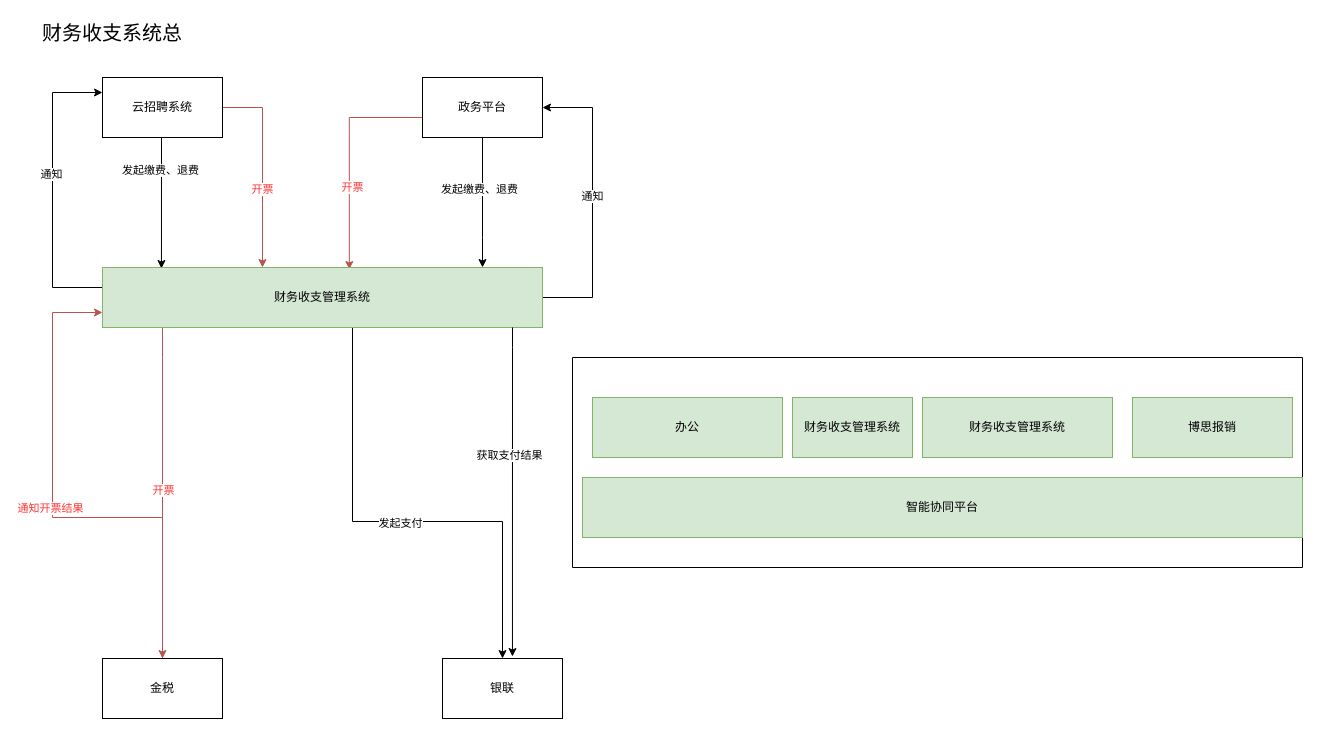
Above: 财务系统总.drawio in zhangfengman/autoJs (draw.io), before the change. Source tidied: cells renumbered, new cells numbered last; positions are measured from the earlier drawing's top-left corner, leaving out a move shared by most shapes. Both pictures are drawn from the tidied source at 100%, with x=0, y=0 at pixel (32, 17).
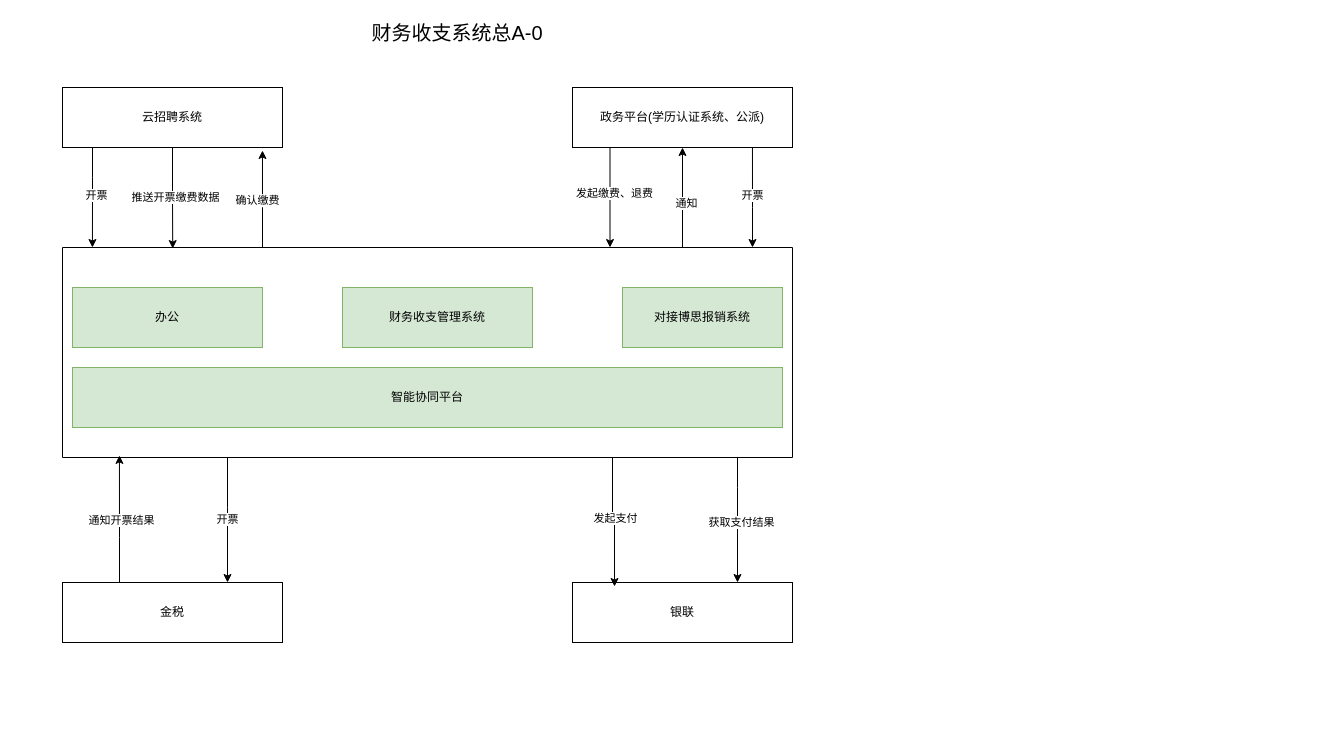
The same diagram, later.

Commit message:
更新财务系统总.drawio

The edit, as a diff of the source:
```diff
@@
-    <mxCell id="2" value="银联" style="rounded=0;whiteSpace=wrap;html=1;" parent="1" vertex="1">
-      <mxGeometry x="410" y="641" width="120" height="60" as="geometry" />
-    </mxCell>
-    <mxCell id="3" style="edgeStyle=orthogonalEdgeStyle;rounded=0;jettySize=auto;html=1;" parent="1" edge="1" source="7" target="24">
-      <mxGeometry relative="1" as="geometry">
-        <Array as="points">
-          <mxPoint x="450" y="220" />
-          <mxPoint x="450" y="220" />
-        </Array>
-      </mxGeometry>
-    </mxCell>
-    <mxCell id="4" value="发起缴费、退费" style="edgeLabel;html=1;align=center;verticalAlign=middle;" parent="3" vertex="1">
-      <mxGeometry x="-0.21" y="-4" relative="1" as="geometry" />
-    </mxCell>
-    <mxCell id="5" style="edgeStyle=orthogonalEdgeStyle;rounded=0;jettySize=auto;html=1;entryX=0.561;entryY=0.033;entryDx=0;entryDy=0;entryPerimeter=0;fillColor=#f8cecc;strokeColor=#b85450;" parent="1" edge="1" source="7" target="24">
-      <mxGeometry relative="1" as="geometry">
-        <Array as="points">
-          <mxPoint x="317" y="100" />
-        </Array>
-      </mxGeometry>
-    </mxCell>
-    <mxCell id="6" value="开票" style="edgeLabel;html=1;align=center;verticalAlign=middle;fontColor=#FF3333;" parent="5" vertex="1">
-      <mxGeometry x="0.1" y="3" relative="1" as="geometry">
-        <mxPoint y="19" as="offset" />
-      </mxGeometry>
-    </mxCell>
+    <mxCell id="34" style="edgeStyle=orthogonalEdgeStyle;rounded=0;jettySize=auto;html=1;entryX=0.75;entryY=0;entryDx=0;entryDy=0;" parent="1" edge="1" source="7" target="28">
+      <mxGeometry relative="1" as="geometry">
+        <Array as="points">
+          <mxPoint x="578" y="180" />
+        </Array>
+      </mxGeometry>
+    </mxCell>
+    <mxCell id="35" value="发起缴费、退费" style="edgeLabel;html=1;align=center;verticalAlign=middle;" parent="34" vertex="1">
+      <mxGeometry x="-0.1" y="4" relative="1" as="geometry" />
+    </mxCell>
-    <mxCell id="7" value="政务平台" style="rounded=0;whiteSpace=wrap;html=1;" parent="1" vertex="1">
-      <mxGeometry x="390" y="60" width="120" height="60" as="geometry" />
+    <mxCell id="7" value="政务平台(学历认证系统、公派)" style="rounded=0;whiteSpace=wrap;html=1;" parent="1" vertex="1">
+      <mxGeometry x="540" y="70" width="220" height="60" as="geometry" />
     </mxCell>
-    <mxCell id="8" style="edgeStyle=orthogonalEdgeStyle;rounded=0;jettySize=auto;html=1;entryX=0.134;entryY=0.017;entryDx=0;entryDy=0;entryPerimeter=0;" parent="1" edge="1" target="24">
-      <mxGeometry relative="1" as="geometry">
-        <mxPoint x="100" y="120" as="sourcePoint" />
-        <Array as="points">
-          <mxPoint x="129" y="120" />
-        </Array>
-      </mxGeometry>
-    </mxCell>
-    <mxCell id="9" value="发起缴费、退费" style="edgeLabel;html=1;align=center;verticalAlign=middle;" parent="8" vertex="1">
-      <mxGeometry x="-0.22" y="-1" relative="1" as="geometry" />
-    </mxCell>
-    <mxCell id="10" style="edgeStyle=orthogonalEdgeStyle;rounded=0;jettySize=auto;html=1;fillColor=#f8cecc;strokeColor=#b85450;" parent="1" edge="1" source="12" target="24">
-      <mxGeometry relative="1" as="geometry">
-        <Array as="points">
-          <mxPoint x="230" y="90" />
-        </Array>
-      </mxGeometry>
-    </mxCell>
-    <mxCell id="11" value="开票" style="edgeLabel;html=1;align=center;verticalAlign=middle;fontColor=#FF3333;" parent="10" vertex="1">
-      <mxGeometry x="0.21" y="-1" relative="1" as="geometry" />
-    </mxCell>
-    <mxCell id="12" value="云招聘系统" style="rounded=0;whiteSpace=wrap;html=1;" parent="1" vertex="1">
-      <mxGeometry x="70" y="60" width="120" height="60" as="geometry" />
-    </mxCell>
-    <mxCell id="13" style="edgeStyle=orthogonalEdgeStyle;rounded=0;jettySize=auto;html=1;entryX=0;entryY=0.75;entryDx=0;entryDy=0;fillColor=#f8cecc;strokeColor=#b85450;" parent="1" edge="1" source="15" target="24">
-      <mxGeometry relative="1" as="geometry">
-        <Array as="points">
-          <mxPoint x="20" y="500" />
-          <mxPoint x="20" y="295" />
-        </Array>
-      </mxGeometry>
-    </mxCell>
-    <mxCell id="14" value="通知开票结果" style="edgeLabel;html=1;align=center;verticalAlign=middle;fontColor=#FF3333;" parent="13" vertex="1">
-      <mxGeometry x="0.03" y="3" relative="1" as="geometry" />
-    </mxCell>
-    <mxCell id="15" value="金税" style="rounded=0;whiteSpace=wrap;html=1;" parent="1" vertex="1">
-      <mxGeometry x="70" y="641" width="120" height="60" as="geometry" />
-    </mxCell>
-    <mxCell id="16" style="edgeStyle=orthogonalEdgeStyle;rounded=0;jettySize=auto;html=1;" parent="1" edge="1" source="24" target="2">
-      <mxGeometry relative="1" as="geometry">
-        <Array as="points">
-          <mxPoint x="320" y="504" />
-        </Array>
-      </mxGeometry>
-    </mxCell>
-    <mxCell id="17" value="发起支付" style="edgeLabel;html=1;align=center;verticalAlign=middle;" parent="16" vertex="1">
-      <mxGeometry y="-1" relative="1" as="geometry" />
-    </mxCell>
-    <mxCell id="18" style="edgeStyle=orthogonalEdgeStyle;rounded=0;jettySize=auto;html=1;entryX=1;entryY=0.5;entryDx=0;entryDy=0;" parent="1" edge="1" source="24" target="7">
-      <mxGeometry relative="1" as="geometry">
-        <Array as="points">
-          <mxPoint x="560" y="280" />
-          <mxPoint x="560" y="90" />
-        </Array>
-      </mxGeometry>
-    </mxCell>
-    <mxCell id="19" value="通知" style="edgeLabel;html=1;align=center;verticalAlign=middle;" parent="18" vertex="1">
-      <mxGeometry x="0.05" y="1" relative="1" as="geometry" />
-    </mxCell>
-    <mxCell id="20" style="edgeStyle=orthogonalEdgeStyle;rounded=0;jettySize=auto;html=1;entryX=0;entryY=0.25;entryDx=0;entryDy=0;" parent="1" edge="1" source="24" target="12">
-      <mxGeometry relative="1" as="geometry">
-        <Array as="points">
-          <mxPoint x="20" y="270" />
-          <mxPoint x="20" y="75" />
-        </Array>
-      </mxGeometry>
-    </mxCell>
-    <mxCell id="21" value="通知" style="edgeLabel;html=1;align=center;verticalAlign=middle;" parent="20" vertex="1">
-      <mxGeometry x="0.11" y="2" relative="1" as="geometry" />
-    </mxCell>
-    <mxCell id="22" style="edgeStyle=orthogonalEdgeStyle;rounded=0;jettySize=auto;html=1;fillColor=#f8cecc;strokeColor=#b85450;" parent="1" edge="1" source="24" target="15">
-      <mxGeometry relative="1" as="geometry">
-        <Array as="points">
-          <mxPoint x="130" y="340" />
-          <mxPoint x="130" y="340" />
-        </Array>
-      </mxGeometry>
-    </mxCell>
-    <mxCell id="23" value="开票" style="edgeLabel;html=1;align=center;verticalAlign=middle;fontColor=#FF3333;" parent="22" vertex="1">
-      <mxGeometry x="-0.02" relative="1" as="geometry" />
-    </mxCell>
-    <mxCell id="24" value="财务收支管理系统" style="rounded=0;whiteSpace=wrap;html=1;fillColor=#d5e8d4;strokeColor=#82b366;" parent="1" vertex="1">
-      <mxGeometry x="70" y="250" width="440" height="60" as="geometry" />
-    </mxCell>
-    <mxCell id="25" style="edgeStyle=orthogonalEdgeStyle;rounded=0;jettySize=auto;html=1;entryX=0.583;entryY=-0.033;entryDx=0;entryDy=0;entryPerimeter=0;" parent="1" edge="1" source="24" target="2">
-      <mxGeometry relative="1" as="geometry">
-        <Array as="points">
-          <mxPoint x="480" y="330" />
-          <mxPoint x="480" y="330" />
-        </Array>
-      </mxGeometry>
-    </mxCell>
+    <mxCell id="27" value="财务收支系统总A-0" style="text;html=1;align=center;verticalAlign=middle;whiteSpace=wrap;rounded=0;fontSize=20;" parent="1" vertex="1">
+      <mxGeometry x="310" width="230" height="30" as="geometry" />
+    </mxCell>
+    <mxCell id="36" style="edgeStyle=orthogonalEdgeStyle;rounded=0;jettySize=auto;html=1;" parent="1" edge="1" source="28" target="7">
+      <mxGeometry relative="1" as="geometry">
+        <Array as="points">
+          <mxPoint x="650" y="190" />
+          <mxPoint x="650" y="190" />
+        </Array>
+      </mxGeometry>
+    </mxCell>
+    <mxCell id="37" value="通知" style="edgeLabel;html=1;align=center;verticalAlign=middle;" parent="36" vertex="1">
+      <mxGeometry x="-0.1" y="-3" relative="1" as="geometry" />
+    </mxCell>
+    <mxCell id="38" style="edgeStyle=orthogonalEdgeStyle;rounded=0;jettySize=auto;html=1;entryX=0.75;entryY=0;entryDx=0;entryDy=0;" parent="1" edge="1" source="28" target="15">
+      <mxGeometry relative="1" as="geometry">
+        <Array as="points">
+          <mxPoint x="195" y="490" />
+          <mxPoint x="195" y="490" />
+        </Array>
+      </mxGeometry>
+    </mxCell>
+    <mxCell id="39" value="开票" style="edgeLabel;html=1;align=center;verticalAlign=middle;" parent="38" vertex="1">
+      <mxGeometry x="-0.02" y="-1" relative="1" as="geometry" />
+    </mxCell>
+    <mxCell id="40" style="edgeStyle=orthogonalEdgeStyle;rounded=0;jettySize=auto;html=1;entryX=0.75;entryY=0;entryDx=0;entryDy=0;" parent="1" edge="1" source="28" target="2">
+      <mxGeometry relative="1" as="geometry">
+        <Array as="points">
+          <mxPoint x="705" y="470" />
+          <mxPoint x="705" y="470" />
+        </Array>
+      </mxGeometry>
+    </mxCell>
-    <mxCell id="26" value="获取支付结果" style="edgeLabel;html=1;align=center;verticalAlign=middle;" parent="25" vertex="1">
-      <mxGeometry x="-0.22" y="-3" relative="1" as="geometry" />
+    <mxCell id="26" value="获取支付结果" style="edgeLabel;html=1;align=center;verticalAlign=middle;" parent="40" vertex="1">
+      <mxGeometry x="0.02" y="3" relative="1" as="geometry" />
     </mxCell>
-    <mxCell id="27" value="财务收支系统总" style="text;html=1;align=center;verticalAlign=middle;whiteSpace=wrap;rounded=0;fontSize=20;" parent="1" vertex="1">
-      <mxGeometry width="160" height="30" as="geometry" />
-    </mxCell>
     <mxCell id="28" style="swimlane;startSize=0;" parent="1" vertex="1">
-      <mxGeometry x="540" y="340" width="730" height="210" as="geometry" />
+      <mxGeometry x="30" y="230" width="730" height="210" as="geometry" />
     </mxCell>
     <mxCell id="29" value="智能协同平台" style="rounded=0;whiteSpace=wrap;html=1;fillColor=#d5e8d4;strokeColor=#82b366;" parent="28" vertex="1">
-      <mxGeometry x="10" y="120" width="720" height="60" as="geometry" />
+      <mxGeometry x="10" y="120" width="710" height="60" as="geometry" />
     </mxCell>
-    <mxCell id="30" value="博思报销" style="rounded=0;whiteSpace=wrap;html=1;fillColor=#d5e8d4;strokeColor=#82b366;" parent="28" vertex="1">
+    <mxCell id="30" value="对接博思报销系统" style="rounded=0;whiteSpace=wrap;html=1;fillColor=#d5e8d4;strokeColor=#82b366;" parent="28" vertex="1">
       <mxGeometry x="560" y="40" width="160" height="60" as="geometry" />
     </mxCell>
     <mxCell id="31" value="财务收支管理系统" style="rounded=0;whiteSpace=wrap;html=1;fillColor=#d5e8d4;strokeColor=#82b366;" parent="28" vertex="1">
-      <mxGeometry x="350" y="40" width="190" height="60" as="geometry" />
+      <mxGeometry x="280" y="40" width="190" height="60" as="geometry" />
     </mxCell>
     <mxCell id="32" value="办公" style="rounded=0;whiteSpace=wrap;html=1;fillColor=#d5e8d4;strokeColor=#82b366;" parent="28" vertex="1">
-      <mxGeometry x="20" y="40" width="190" height="60" as="geometry" />
+      <mxGeometry x="10" y="40" width="190" height="60" as="geometry" />
     </mxCell>
-    <mxCell id="33" value="财务收支管理系统" style="rounded=0;whiteSpace=wrap;html=1;fillColor=#d5e8d4;strokeColor=#82b366;" parent="28" vertex="1">
-      <mxGeometry x="220" y="40" width="120" height="60" as="geometry" />
-    </mxCell>
+    <mxCell id="12" value="云招聘系统" style="rounded=0;whiteSpace=wrap;html=1;" parent="1" vertex="1">
+      <mxGeometry x="30" y="70" width="220" height="60" as="geometry" />
+    </mxCell>
+    <mxCell id="41" style="edgeStyle=orthogonalEdgeStyle;rounded=0;jettySize=auto;html=1;entryX=0.041;entryY=0;entryDx=0;entryDy=0;entryPerimeter=0;" parent="1" edge="1" source="12" target="28">
+      <mxGeometry relative="1" as="geometry">
+        <Array as="points">
+          <mxPoint x="60" y="160" />
+          <mxPoint x="60" y="160" />
+        </Array>
+      </mxGeometry>
+    </mxCell>
+    <mxCell id="42" value="开票" style="edgeLabel;html=1;align=center;verticalAlign=middle;" parent="41" vertex="1">
+      <mxGeometry x="-0.06" y="4" relative="1" as="geometry" />
+    </mxCell>
+    <mxCell id="43" style="edgeStyle=orthogonalEdgeStyle;rounded=0;jettySize=auto;html=1;entryX=0.151;entryY=0.005;entryDx=0;entryDy=0;entryPerimeter=0;" parent="1" edge="1" source="12" target="28">
+      <mxGeometry relative="1" as="geometry" />
+    </mxCell>
+    <mxCell id="44" value="推送开票缴费数据" style="edgeLabel;html=1;align=center;verticalAlign=middle;" parent="43" vertex="1">
+      <mxGeometry x="-0.01" y="2" relative="1" as="geometry" />
+    </mxCell>
+    <mxCell id="45" style="edgeStyle=orthogonalEdgeStyle;rounded=0;jettySize=auto;html=1;entryX=0.909;entryY=1.05;entryDx=0;entryDy=0;entryPerimeter=0;" parent="1" edge="1" source="28" target="12">
+      <mxGeometry relative="1" as="geometry">
+        <Array as="points">
+          <mxPoint x="230" y="190" />
+          <mxPoint x="230" y="190" />
+        </Array>
+      </mxGeometry>
+    </mxCell>
+    <mxCell id="46" value="确认缴费" style="edgeLabel;html=1;align=center;verticalAlign=middle;" parent="45" vertex="1">
+      <mxGeometry x="-0.01" y="5" relative="1" as="geometry" />
+    </mxCell>
+    <mxCell id="47" style="edgeStyle=orthogonalEdgeStyle;rounded=0;jettySize=auto;html=1;exitX=0.818;exitY=1;exitDx=0;exitDy=0;exitPerimeter=0;" parent="1" edge="1" source="7" target="28">
+      <mxGeometry relative="1" as="geometry">
+        <Array as="points">
+          <mxPoint x="720" y="190" />
+          <mxPoint x="720" y="190" />
+        </Array>
+      </mxGeometry>
+    </mxCell>
+    <mxCell id="48" value="开票" style="edgeLabel;html=1;align=center;verticalAlign=middle;" parent="47" vertex="1">
+      <mxGeometry x="-0.05" relative="1" as="geometry" />
+    </mxCell>
+    <mxCell id="2" value="银联" style="rounded=0;whiteSpace=wrap;html=1;" parent="1" vertex="1">
+      <mxGeometry x="540" y="565" width="220" height="60" as="geometry" />
+    </mxCell>
+    <mxCell id="15" value="金税" style="rounded=0;whiteSpace=wrap;html=1;" parent="1" vertex="1">
+      <mxGeometry x="30" y="565" width="220" height="60" as="geometry" />
+    </mxCell>
+    <mxCell id="49" style="edgeStyle=orthogonalEdgeStyle;rounded=0;jettySize=auto;html=1;entryX=0.078;entryY=0.99;entryDx=0;entryDy=0;entryPerimeter=0;" parent="1" edge="1" source="15" target="28">
+      <mxGeometry relative="1" as="geometry">
+        <Array as="points">
+          <mxPoint x="87" y="520" />
+          <mxPoint x="87" y="520" />
+        </Array>
+      </mxGeometry>
+    </mxCell>
+    <mxCell id="14" value="通知开票结果" style="edgeLabel;html=1;align=center;verticalAlign=middle;" parent="49" vertex="1">
+      <mxGeometry x="-0.02" y="-2" relative="1" as="geometry" />
+    </mxCell>
+    <mxCell id="50" style="edgeStyle=orthogonalEdgeStyle;rounded=0;jettySize=auto;html=1;entryX=0.191;entryY=0.067;entryDx=0;entryDy=0;entryPerimeter=0;" parent="1" edge="1" source="28" target="2">
+      <mxGeometry relative="1" as="geometry">
+        <Array as="points">
+          <mxPoint x="580" y="503" />
+          <mxPoint x="582" y="503" />
+        </Array>
+      </mxGeometry>
+    </mxCell>
+    <mxCell id="17" value="发起支付" style="edgeLabel;html=1;align=center;verticalAlign=middle;" parent="50" vertex="1">
+      <mxGeometry x="-0.1" y="1" relative="1" as="geometry">
+        <mxPoint x="1" y="1" as="offset" />
+      </mxGeometry>
+    </mxCell>
```
